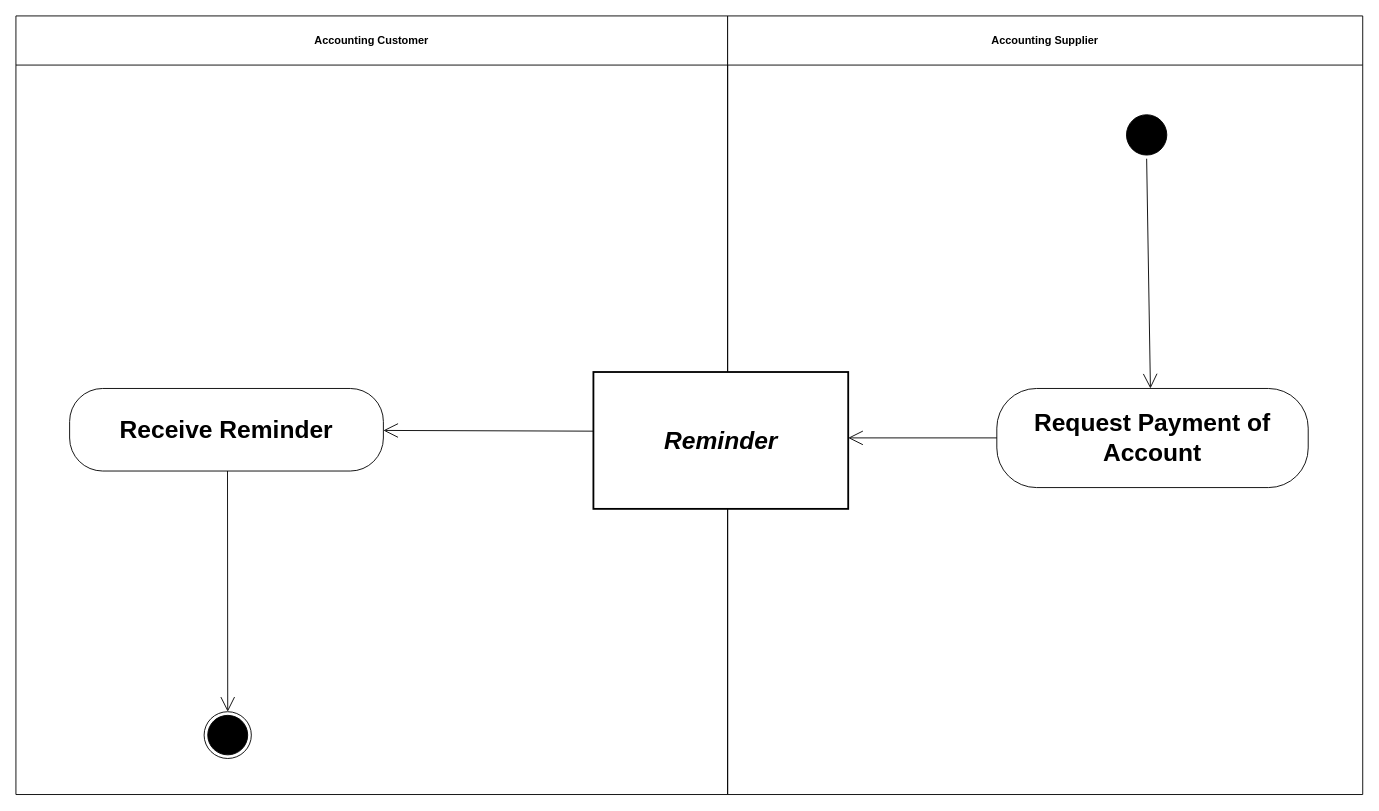
Earlier version of the draw.io diagram diagrams/UBL-2.0-ReminderForPaymentProcess/UBL-2.0-ReminderForPaymentProcess.drawio (kduvekot/ubl-work-on-svg-images). Source tidied: cells renumbered, new cells numbered last; positions are measured from the earlier drawing's top-left corner, leaving out a move shared by most shapes. Both pictures are drawn from the tidied source at 91%, with x=0, y=0 at pixel (15, 15).
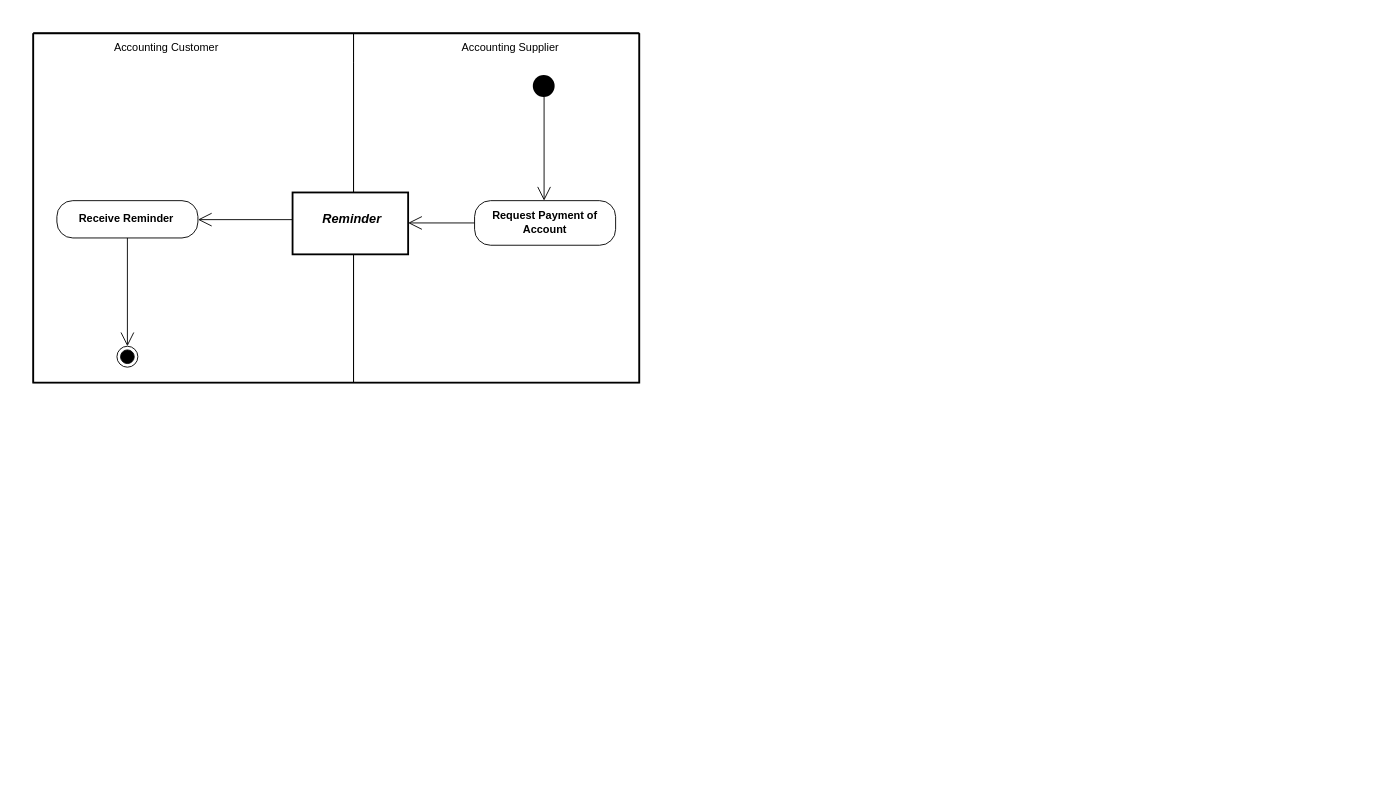
The same diagram, later.

The edit, as a diff of the source:
```diff
@@
 <mxGraphModel>
   <root>
     <mxCell id="0" />
     <mxCell id="1" parent="0" />
+    <mxCell id="13" style="swimlane;html=1;startSize=0;whiteSpace=wrap;fillColor=none;strokeWidth=2;" parent="1" vertex="1">
+      <mxGeometry x="19" y="19" width="666" height="384" as="geometry" />
+    </mxCell>
-    <mxCell id="2" value="Accounting Customer" style="swimlane;whiteSpace=wrap;html=1;startSize=54;" parent="1" vertex="1">
-      <mxGeometry width="782.1" height="855.6" as="geometry" />
+    <mxCell id="2" value="Accounting Customer" style="swimlane;horizontal=1;startSize=32;swimlaneLine=0;html=1;fillColor=none;fontSize=12;fontStyle=0;spacing=0;spacingRight=60;" parent="13" vertex="1">
+      <mxGeometry width="352" height="384" as="geometry" />
     </mxCell>
-    <mxCell id="3" value="Accounting Supplier" style="swimlane;whiteSpace=wrap;html=1;startSize=54;" parent="1" vertex="1">
-      <mxGeometry x="782.1" width="697.9" height="855.6" as="geometry" />
+    <mxCell id="3" value="Accounting Supplier" style="swimlane;horizontal=1;startSize=32;swimlaneLine=0;html=1;fillColor=none;fontSize=12;fontStyle=0;spacing=0;spacingLeft=29;" parent="13" vertex="1">
+      <mxGeometry x="352" width="314" height="384" as="geometry" />
     </mxCell>
-    <mxCell id="4" style="ellipse;html=1;shape=startState;fillColor=#000000;strokeColor=#000000;fontFamily=Helvetica;fontSize=27;" parent="1" vertex="1">
-      <mxGeometry x="1216.4" y="104.6" width="52.3" height="52.3" as="geometry" />
+    <mxCell id="4" style="ellipse;shape=startState;fillColor=#000000;strokeColor=none;html=1;" parent="3" vertex="1">
+      <mxGeometry x="193" y="42" width="32" height="32" as="geometry" />
     </mxCell>
-    <mxCell id="5" value="Reminder" style="rounded=0;whiteSpace=wrap;html=1;fontStyle=3;strokeWidth=2;fontFamily=Helvetica;fontSize=27;" parent="1" vertex="1">
-      <mxGeometry x="634.6" y="391.3" width="280" height="150.4" as="geometry" />
+    <mxCell id="5" value="Reminder" style="rounded=0;html=1;whiteSpace=nowrap;fontSize=14;fontStyle=3;align=center;verticalAlign=middle;spacing=0;spacingLeft=2;spacingBottom=11;strokeWidth=2;" parent="3" vertex="1">
+      <mxGeometry x="-67" y="175" width="127" height="68" as="geometry" />
     </mxCell>
-    <mxCell id="6" value="Receive Reminder" style="rounded=1;arcSize=40;whiteSpace=wrap;html=1;fontStyle=1;fontFamily=Helvetica;fontSize=27;" parent="1" vertex="1">
-      <mxGeometry x="59" y="409.4" width="344.8" height="90.7" as="geometry" />
+    <mxCell id="6" value="Receive Reminder" style="rounded=1;absoluteArcSize=1;arcSize=35;html=1;whiteSpace=nowrap;fontSize=12;fontStyle=1;align=center;verticalAlign=middle;spacing=0;spacingRight=4;spacingBottom=1;" parent="2" vertex="1">
+      <mxGeometry x="26" y="184" width="155" height="41" as="geometry" />
     </mxCell>
-    <mxCell id="7" value="Request Payment of Account" style="rounded=1;arcSize=40;whiteSpace=wrap;html=1;fontStyle=1;fontFamily=Helvetica;fontSize=27;" parent="1" vertex="1">
-      <mxGeometry x="1077.9" y="409.4" width="342.2" height="108.9" as="geometry" />
+    <mxCell id="7" value="Request Payment of&lt;br&gt;Account" style="rounded=1;absoluteArcSize=1;arcSize=35;html=1;whiteSpace=nowrap;fontSize=12;fontStyle=1;align=center;verticalAlign=middle;spacing=0;spacingRight=2;spacingBottom=2;" parent="3" vertex="1">
+      <mxGeometry x="133" y="184" width="155" height="49" as="geometry" />
     </mxCell>
-    <mxCell id="8" style="ellipse;html=1;shape=endState;fillColor=#000000;strokeColor=#000000;fontFamily=Helvetica;fontSize=27;" parent="1" vertex="1">
-      <mxGeometry x="206.8" y="764.6" width="51.9" height="51.4" as="geometry" />
+    <mxCell id="8" style="ellipse;shape=endState;fillColor=#000000;html=1;" parent="2" vertex="1">
+      <mxGeometry x="92" y="344" width="23" height="23" as="geometry" />
     </mxCell>
-    <mxCell id="9" style="edgeStyle=none;rounded=0;html=1;endArrow=open;endFill=0;endSize=14;exitX=0.5124;exitY=1.0;entryX=0.4933;entryY=0.0;" parent="1" edge="1" source="4" target="7">
+    <mxCell id="9" style="edgeStyle=none;rounded=0;html=1;endArrow=open;endFill=0;endSize=13;exitPerimeter=0;entryX=0.4929;entryY=0;entryPerimeter=0;exitX=0.512484;exitY=0.8734;" parent="3" edge="1" source="4" target="7">
       <mxGeometry relative="1" as="geometry" />
     </mxCell>
-    <mxCell id="10" style="edgeStyle=none;rounded=0;html=1;endArrow=open;endFill=0;endSize=14;exitX=0.0;exitY=0.4322;entryX=1.0;entryY=0.5083;" parent="1" edge="1" source="5" target="6">
+    <mxCell id="10" style="edgeStyle=none;rounded=0;html=1;endArrow=open;endFill=0;endSize=13;exitPerimeter=0;entryX=1;entryY=0.5086;entryPerimeter=0;exitX=0;exitY=0.439009;" parent="13" edge="1" source="5" target="6">
       <mxGeometry relative="1" as="geometry" />
     </mxCell>
-    <mxCell id="11" style="edgeStyle=none;rounded=0;html=1;endArrow=open;endFill=0;endSize=14;exitX=0.0;exitY=0.4986;entryX=1.0;entryY=0.4814;" parent="1" edge="1" source="7" target="5">
+    <mxCell id="11" style="edgeStyle=none;rounded=0;html=1;endArrow=open;endFill=0;endSize=13;exitX=0;exitY=0.5;exitPerimeter=0;entryPerimeter=0;entryX=1;entryY=0.492647;" parent="3" edge="1" source="7" target="5">
       <mxGeometry relative="1" as="geometry" />
     </mxCell>
-    <mxCell id="12" style="edgeStyle=none;rounded=0;html=1;endArrow=open;endFill=0;endSize=14;exitX=0.5032;exitY=1.0;entryX=0.4952;entryY=0.0;" parent="1" edge="1" source="6" target="8">
+    <mxCell id="12" style="edgeStyle=none;rounded=0;html=1;endArrow=open;endFill=0;endSize=13;exitX=0.5;exitY=1;exitPerimeter=0;entryPerimeter=0;entryX=0.5;entryY=0;" parent="2" edge="1" source="6" target="8">
       <mxGeometry relative="1" as="geometry" />
     </mxCell>
   </root>
 </mxGraphModel>
```
